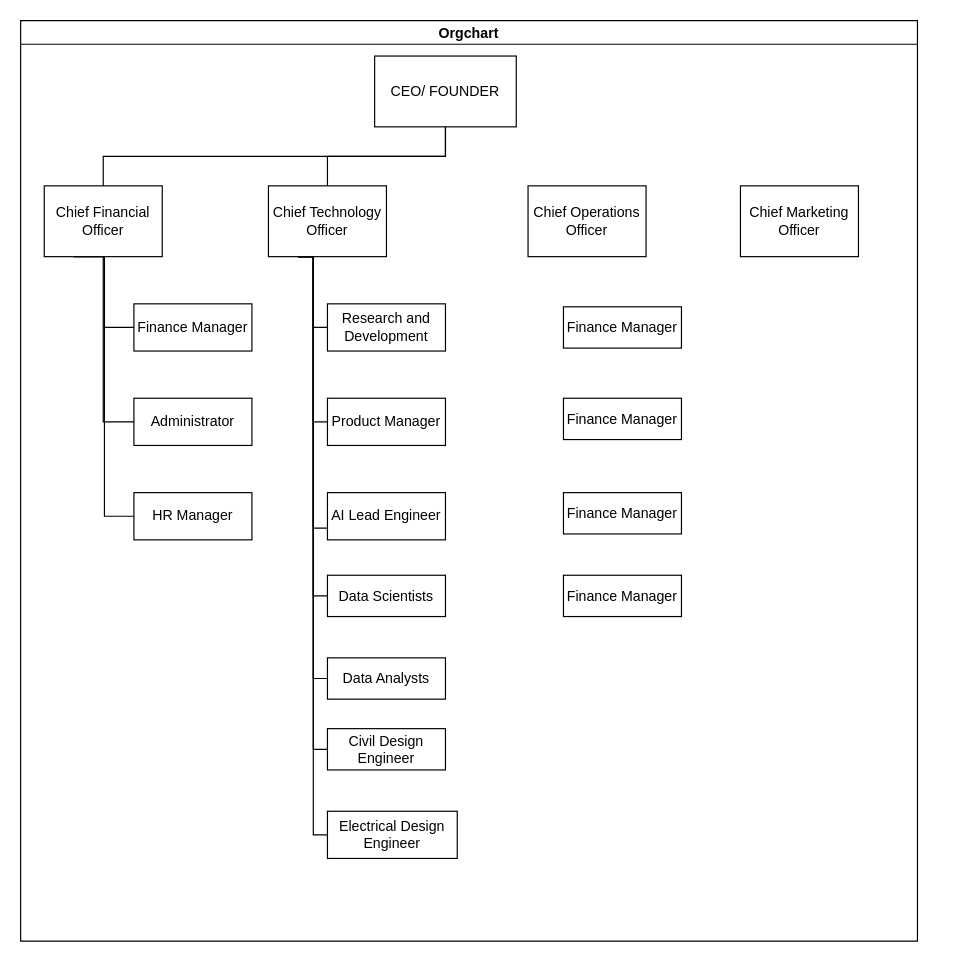
Before: Untitled Diagram.drawio in Collen2021/Data-Engineering-projects, a draw.io diagram. Source tidied: cells renumbered, new cells numbered last; positions are measured from the earlier drawing's top-left corner, leaving out a move shared by most shapes. Both pictures are drawn from the tidied source at 118%, with x=0, y=0 at pixel (20, 20).
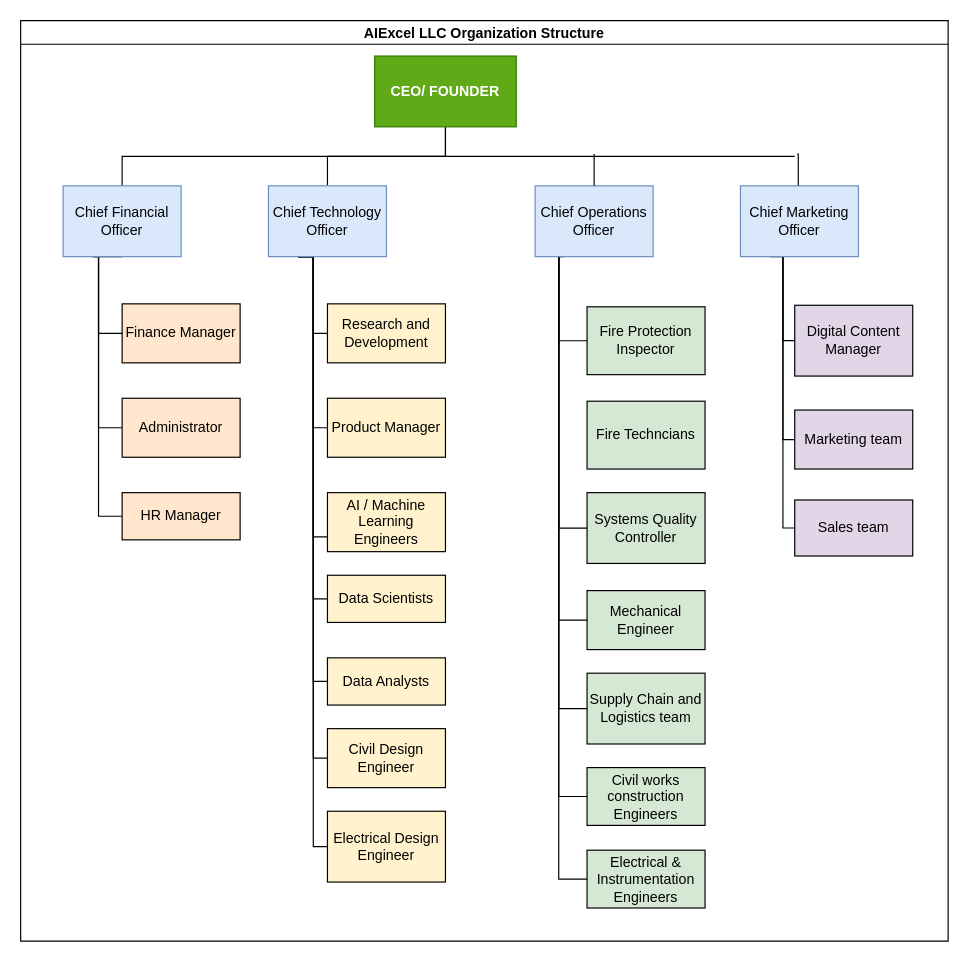
Above is the later version.

Change to the diagram source:
```diff
@@
-    <mxCell id="2" value="Orgchart" style="swimlane;startSize=20;horizontal=1;containerType=tree;newEdgeStyle={&quot;edgeStyle&quot;:&quot;elbowEdgeStyle&quot;,&quot;startArrow&quot;:&quot;none&quot;,&quot;endArrow&quot;:&quot;none&quot;};" parent="1" vertex="1">
-      <mxGeometry width="760" height="780" as="geometry" />
+    <mxCell id="2" value="AIExcel LLC Organization Structure" style="swimlane;startSize=20;horizontal=1;containerType=tree;newEdgeStyle={&quot;edgeStyle&quot;:&quot;elbowEdgeStyle&quot;,&quot;startArrow&quot;:&quot;none&quot;,&quot;endArrow&quot;:&quot;none&quot;};" parent="1" vertex="1">
+      <mxGeometry width="786" height="780" as="geometry" />
     </mxCell>
@@
-    <mxCell id="5" value="CEO/ FOUNDER" style="whiteSpace=wrap;html=1;align=center;newEdgeStyle={&quot;edgeStyle&quot;:&quot;elbowEdgeStyle&quot;,&quot;startArrow&quot;:&quot;none&quot;,&quot;endArrow&quot;:&quot;none&quot;};" parent="2" vertex="1">
+    <mxCell id="5" value="CEO/ FOUNDER" style="whiteSpace=wrap;html=1;align=center;newEdgeStyle={&quot;edgeStyle&quot;:&quot;elbowEdgeStyle&quot;,&quot;startArrow&quot;:&quot;none&quot;,&quot;endArrow&quot;:&quot;none&quot;};fillColor=#60a917;strokeColor=#2D7600;fontColor=#ffffff;fontStyle=1;" parent="2" vertex="1">
       <mxGeometry x="300" y="30" width="120" height="60" as="geometry" />
     </mxCell>
     <mxCell id="6" style="edgeStyle=elbowEdgeStyle;rounded=0;jettySize=auto;html=1;startArrow=none;endArrow=none;exitX=0.5;exitY=1;exitDx=0;exitDy=0;entryX=0;entryY=0.5;entryDx=0;entryDy=0;" parent="2" edge="1" source="9" target="18">
       <mxGeometry relative="1" as="geometry">
         <Array as="points">
-          <mxPoint x="70" y="300" />
+          <mxPoint x="66" y="273" />
           <mxPoint x="80" y="350" />
         </Array>
       </mxGeometry>
     </mxCell>
     <mxCell id="7" style="edgeStyle=elbowEdgeStyle;rounded=0;jettySize=auto;html=1;startArrow=none;endArrow=none;exitX=0.25;exitY=1;exitDx=0;exitDy=0;entryX=0;entryY=0.5;entryDx=0;entryDy=0;" parent="2" edge="1" source="9" target="31">
-      <mxGeometry relative="1" as="geometry" />
+      <mxGeometry relative="1" as="geometry">
+        <Array as="points">
+          <mxPoint x="66" y="243" />
+        </Array>
+      </mxGeometry>
     </mxCell>
     <mxCell id="8" style="edgeStyle=elbowEdgeStyle;rounded=0;jettySize=auto;html=1;startArrow=none;endArrow=none;exitX=0.25;exitY=1;exitDx=0;exitDy=0;entryX=0;entryY=0.5;entryDx=0;entryDy=0;" parent="2" edge="1" source="9" target="19">
-      <mxGeometry relative="1" as="geometry" />
+      <mxGeometry relative="1" as="geometry">
+        <Array as="points">
+          <mxPoint x="66" y="313" />
+        </Array>
+      </mxGeometry>
     </mxCell>
-    <mxCell id="9" value="Chief Financial Officer" style="whiteSpace=wrap;html=1;align=center;verticalAlign=middle;newEdgeStyle={&quot;edgeStyle&quot;:&quot;elbowEdgeStyle&quot;,&quot;startArrow&quot;:&quot;none&quot;,&quot;endArrow&quot;:&quot;none&quot;};" parent="2" vertex="1">
-      <mxGeometry x="20" y="140" width="100" height="60" as="geometry" />
+    <mxCell id="9" value="Chief Financial Officer" style="whiteSpace=wrap;html=1;align=center;verticalAlign=middle;newEdgeStyle={&quot;edgeStyle&quot;:&quot;elbowEdgeStyle&quot;,&quot;startArrow&quot;:&quot;none&quot;,&quot;endArrow&quot;:&quot;none&quot;};fillColor=#dae8fc;strokeColor=#6c8ebf;" parent="2" vertex="1">
+      <mxGeometry x="36" y="140" width="100" height="60" as="geometry" />
     </mxCell>
@@
-    <mxCell id="17" value="Chief Technology Officer" style="whiteSpace=wrap;html=1;align=center;verticalAlign=middle;newEdgeStyle={&quot;edgeStyle&quot;:&quot;elbowEdgeStyle&quot;,&quot;startArrow&quot;:&quot;none&quot;,&quot;endArrow&quot;:&quot;none&quot;};" parent="2" vertex="1">
+    <mxCell id="17" value="Chief Technology Officer" style="whiteSpace=wrap;html=1;align=center;verticalAlign=middle;newEdgeStyle={&quot;edgeStyle&quot;:&quot;elbowEdgeStyle&quot;,&quot;startArrow&quot;:&quot;none&quot;,&quot;endArrow&quot;:&quot;none&quot;};fillColor=#dae8fc;strokeColor=#6c8ebf;" parent="2" vertex="1">
       <mxGeometry x="210" y="140" width="100" height="60" as="geometry" />
     </mxCell>
-    <mxCell id="18" value="Administrator" style="whiteSpace=wrap;html=1;align=center;verticalAlign=middle;newEdgeStyle={&quot;edgeStyle&quot;:&quot;elbowEdgeStyle&quot;,&quot;startArrow&quot;:&quot;none&quot;,&quot;endArrow&quot;:&quot;none&quot;};" parent="2" vertex="1">
-      <mxGeometry x="96" y="320" width="100" height="40" as="geometry" />
+    <mxCell id="18" value="Administrator" style="whiteSpace=wrap;html=1;align=center;verticalAlign=middle;newEdgeStyle={&quot;edgeStyle&quot;:&quot;elbowEdgeStyle&quot;,&quot;startArrow&quot;:&quot;none&quot;,&quot;endArrow&quot;:&quot;none&quot;};fillColor=#ffe6cc;strokeColor=#000000;" parent="2" vertex="1">
+      <mxGeometry x="86" y="320" width="100" height="50" as="geometry" />
     </mxCell>
-    <mxCell id="19" value="HR Manager" style="whiteSpace=wrap;html=1;align=center;verticalAlign=middle;newEdgeStyle={&quot;edgeStyle&quot;:&quot;elbowEdgeStyle&quot;,&quot;startArrow&quot;:&quot;none&quot;,&quot;endArrow&quot;:&quot;none&quot;};" parent="2" vertex="1">
-      <mxGeometry x="96" y="400" width="100" height="40" as="geometry" />
+    <mxCell id="19" value="HR Manager" style="whiteSpace=wrap;html=1;align=center;verticalAlign=middle;newEdgeStyle={&quot;edgeStyle&quot;:&quot;elbowEdgeStyle&quot;,&quot;startArrow&quot;:&quot;none&quot;,&quot;endArrow&quot;:&quot;none&quot;};fillColor=#ffe6cc;strokeColor=#000000;" parent="2" vertex="1">
+      <mxGeometry x="86" y="400" width="100" height="40" as="geometry" />
     </mxCell>
+    <mxCell id="34" style="edgeStyle=elbowEdgeStyle;rounded=0;jettySize=auto;html=1;startArrow=none;endArrow=none;exitX=0.5;exitY=0;exitDx=0;exitDy=0;" parent="2" edge="1" source="20">
+      <mxGeometry relative="1" as="geometry">
+        <mxPoint x="658" y="113" as="targetPoint" />
+      </mxGeometry>
+    </mxCell>
+    <mxCell id="35" style="edgeStyle=elbowEdgeStyle;rounded=0;jettySize=auto;html=1;startArrow=none;endArrow=none;exitX=0.25;exitY=1;exitDx=0;exitDy=0;entryX=0;entryY=0.5;entryDx=0;entryDy=0;" parent="2" edge="1" source="20" target="45">
+      <mxGeometry relative="1" as="geometry" />
+    </mxCell>
+    <mxCell id="36" style="edgeStyle=elbowEdgeStyle;rounded=0;jettySize=auto;html=1;startArrow=none;endArrow=none;entryX=0;entryY=0.5;entryDx=0;entryDy=0;" parent="2" edge="1" source="20" target="46">
+      <mxGeometry relative="1" as="geometry">
+        <Array as="points">
+          <mxPoint x="646" y="293" />
+        </Array>
+      </mxGeometry>
+    </mxCell>
+    <mxCell id="37" style="edgeStyle=elbowEdgeStyle;rounded=0;jettySize=auto;html=1;startArrow=none;endArrow=none;entryX=0;entryY=0.5;entryDx=0;entryDy=0;" parent="2" edge="1" source="20" target="47">
+      <mxGeometry relative="1" as="geometry">
+        <Array as="points">
+          <mxPoint x="646" y="315" />
+        </Array>
+      </mxGeometry>
+    </mxCell>
-    <mxCell id="20" value="Chief Marketing Officer" style="whiteSpace=wrap;html=1;align=center;verticalAlign=middle;newEdgeStyle={&quot;edgeStyle&quot;:&quot;elbowEdgeStyle&quot;,&quot;startArrow&quot;:&quot;none&quot;,&quot;endArrow&quot;:&quot;none&quot;};" parent="2" vertex="1">
+    <mxCell id="20" value="Chief Marketing Officer" style="whiteSpace=wrap;html=1;align=center;verticalAlign=middle;newEdgeStyle={&quot;edgeStyle&quot;:&quot;elbowEdgeStyle&quot;,&quot;startArrow&quot;:&quot;none&quot;,&quot;endArrow&quot;:&quot;none&quot;};fillColor=#dae8fc;strokeColor=#6c8ebf;" parent="2" vertex="1">
       <mxGeometry x="610" y="140" width="100" height="60" as="geometry" />
     </mxCell>
+    <mxCell id="38" style="edgeStyle=elbowEdgeStyle;rounded=0;jettySize=auto;html=1;startArrow=none;endArrow=none;exitX=0.25;exitY=1;exitDx=0;exitDy=0;entryX=0;entryY=0.5;entryDx=0;entryDy=0;" parent="2" edge="1" source="21" target="27">
+      <mxGeometry relative="1" as="geometry">
+        <Array as="points">
+          <mxPoint x="456" y="243" />
+        </Array>
+      </mxGeometry>
+    </mxCell>
+    <mxCell id="39" style="edgeStyle=elbowEdgeStyle;rounded=0;jettySize=auto;html=1;startArrow=none;endArrow=none;entryX=0;entryY=0.5;entryDx=0;entryDy=0;" parent="2" edge="1" source="21" target="29">
+      <mxGeometry relative="1" as="geometry">
+        <Array as="points">
+          <mxPoint x="456" y="313" />
+        </Array>
+      </mxGeometry>
+    </mxCell>
+    <mxCell id="40" style="edgeStyle=elbowEdgeStyle;rounded=0;jettySize=auto;html=1;startArrow=none;endArrow=none;entryX=0;entryY=0.5;entryDx=0;entryDy=0;" parent="2" edge="1" source="21" target="30">
+      <mxGeometry relative="1" as="geometry">
+        <Array as="points">
+          <mxPoint x="456" y="363" />
+        </Array>
+      </mxGeometry>
+    </mxCell>
+    <mxCell id="41" style="edgeStyle=elbowEdgeStyle;rounded=0;jettySize=auto;html=1;startArrow=none;endArrow=none;entryX=0;entryY=0.5;entryDx=0;entryDy=0;" parent="2" edge="1" source="21" target="49">
+      <mxGeometry relative="1" as="geometry">
+        <Array as="points">
+          <mxPoint x="456" y="403" />
+        </Array>
+      </mxGeometry>
+    </mxCell>
+    <mxCell id="42" style="edgeStyle=elbowEdgeStyle;rounded=0;jettySize=auto;html=1;startArrow=none;endArrow=none;entryX=0;entryY=0.5;entryDx=0;entryDy=0;" parent="2" edge="1" source="21" target="50">
+      <mxGeometry relative="1" as="geometry">
+        <Array as="points">
+          <mxPoint x="456" y="433" />
+        </Array>
+      </mxGeometry>
+    </mxCell>
+    <mxCell id="43" style="edgeStyle=elbowEdgeStyle;rounded=0;jettySize=auto;html=1;startArrow=none;endArrow=none;entryX=0;entryY=0.5;entryDx=0;entryDy=0;" parent="2" edge="1" source="21" target="51">
+      <mxGeometry relative="1" as="geometry">
+        <Array as="points">
+          <mxPoint x="456" y="473" />
+        </Array>
+      </mxGeometry>
+    </mxCell>
-    <mxCell id="21" value="Chief Operations Officer" style="whiteSpace=wrap;html=1;align=center;verticalAlign=middle;newEdgeStyle={&quot;edgeStyle&quot;:&quot;elbowEdgeStyle&quot;,&quot;startArrow&quot;:&quot;none&quot;,&quot;endArrow&quot;:&quot;none&quot;};" parent="2" vertex="1">
-      <mxGeometry x="430" y="140" width="100" height="60" as="geometry" />
+    <mxCell id="21" value="Chief Operations Officer" style="whiteSpace=wrap;html=1;align=center;verticalAlign=middle;newEdgeStyle={&quot;edgeStyle&quot;:&quot;elbowEdgeStyle&quot;,&quot;startArrow&quot;:&quot;none&quot;,&quot;endArrow&quot;:&quot;none&quot;};fillColor=#dae8fc;strokeColor=#6c8ebf;" parent="2" vertex="1">
+      <mxGeometry x="436" y="140" width="100" height="60" as="geometry" />
     </mxCell>
-    <mxCell id="22" value="Research and Development" style="whiteSpace=wrap;html=1;align=center;verticalAlign=middle;newEdgeStyle={&quot;edgeStyle&quot;:&quot;elbowEdgeStyle&quot;,&quot;startArrow&quot;:&quot;none&quot;,&quot;endArrow&quot;:&quot;none&quot;};" parent="2" vertex="1" collapsed="1">
-      <mxGeometry x="260" y="240" width="100" height="40" as="geometry" />
+    <mxCell id="22" value="Research and Development" style="whiteSpace=wrap;html=1;align=center;verticalAlign=middle;newEdgeStyle={&quot;edgeStyle&quot;:&quot;elbowEdgeStyle&quot;,&quot;startArrow&quot;:&quot;none&quot;,&quot;endArrow&quot;:&quot;none&quot;};fillColor=#fff2cc;strokeColor=#000000;" parent="2" vertex="1">
+      <mxGeometry x="260" y="240" width="100" height="50" as="geometry" />
     </mxCell>
-    <mxCell id="23" value="Product Manager" style="whiteSpace=wrap;html=1;align=center;verticalAlign=middle;newEdgeStyle={&quot;edgeStyle&quot;:&quot;elbowEdgeStyle&quot;,&quot;startArrow&quot;:&quot;none&quot;,&quot;endArrow&quot;:&quot;none&quot;};" parent="2" vertex="1">
-      <mxGeometry x="260" y="320" width="100" height="40" as="geometry" />
+    <mxCell id="23" value="Product Manager" style="whiteSpace=wrap;html=1;align=center;verticalAlign=middle;newEdgeStyle={&quot;edgeStyle&quot;:&quot;elbowEdgeStyle&quot;,&quot;startArrow&quot;:&quot;none&quot;,&quot;endArrow&quot;:&quot;none&quot;};fillColor=#fff2cc;strokeColor=#000000;" parent="2" vertex="1">
+      <mxGeometry x="260" y="320" width="100" height="50" as="geometry" />
     </mxCell>
-    <mxCell id="24" value="AI Lead Engineer" style="whiteSpace=wrap;html=1;align=center;verticalAlign=middle;newEdgeStyle={&quot;edgeStyle&quot;:&quot;elbowEdgeStyle&quot;,&quot;startArrow&quot;:&quot;none&quot;,&quot;endArrow&quot;:&quot;none&quot;};" parent="2" vertex="1">
-      <mxGeometry x="260" y="400" width="100" height="40" as="geometry" />
+    <mxCell id="24" value="AI / Machine Learning Engineers" style="whiteSpace=wrap;html=1;align=center;verticalAlign=middle;newEdgeStyle={&quot;edgeStyle&quot;:&quot;elbowEdgeStyle&quot;,&quot;startArrow&quot;:&quot;none&quot;,&quot;endArrow&quot;:&quot;none&quot;};fillColor=#fff2cc;strokeColor=#000000;" parent="2" vertex="1">
+      <mxGeometry x="260" y="400" width="100" height="50" as="geometry" />
     </mxCell>
-    <mxCell id="25" value="Data Scientists" style="whiteSpace=wrap;html=1;align=center;verticalAlign=middle;newEdgeStyle={&quot;edgeStyle&quot;:&quot;elbowEdgeStyle&quot;,&quot;startArrow&quot;:&quot;none&quot;,&quot;endArrow&quot;:&quot;none&quot;};" parent="2" vertex="1">
-      <mxGeometry x="260" y="470" width="100" height="35" as="geometry" />
+    <mxCell id="25" value="Data Scientists" style="whiteSpace=wrap;html=1;align=center;verticalAlign=middle;newEdgeStyle={&quot;edgeStyle&quot;:&quot;elbowEdgeStyle&quot;,&quot;startArrow&quot;:&quot;none&quot;,&quot;endArrow&quot;:&quot;none&quot;};fillColor=#fff2cc;strokeColor=#000000;" parent="2" vertex="1">
+      <mxGeometry x="260" y="470" width="100" height="40" as="geometry" />
     </mxCell>
-    <mxCell id="26" value="Data Analysts" style="whiteSpace=wrap;html=1;align=center;verticalAlign=middle;newEdgeStyle={&quot;edgeStyle&quot;:&quot;elbowEdgeStyle&quot;,&quot;startArrow&quot;:&quot;none&quot;,&quot;endArrow&quot;:&quot;none&quot;};" parent="2" vertex="1">
-      <mxGeometry x="260" y="540" width="100" height="35" as="geometry" />
+    <mxCell id="26" value="Data Analysts" style="whiteSpace=wrap;html=1;align=center;verticalAlign=middle;newEdgeStyle={&quot;edgeStyle&quot;:&quot;elbowEdgeStyle&quot;,&quot;startArrow&quot;:&quot;none&quot;,&quot;endArrow&quot;:&quot;none&quot;};fillColor=#fff2cc;strokeColor=#000000;" parent="2" vertex="1">
+      <mxGeometry x="260" y="540" width="100" height="40" as="geometry" />
     </mxCell>
-    <mxCell id="27" value="Finance Manager" style="whiteSpace=wrap;html=1;align=center;verticalAlign=middle;newEdgeStyle={&quot;edgeStyle&quot;:&quot;elbowEdgeStyle&quot;,&quot;startArrow&quot;:&quot;none&quot;,&quot;endArrow&quot;:&quot;none&quot;};" parent="2" vertex="1">
-      <mxGeometry x="460" y="242.5" width="100" height="35" as="geometry" />
+    <mxCell id="27" value="Fire Protection Inspector" style="whiteSpace=wrap;html=1;align=center;verticalAlign=middle;newEdgeStyle={&quot;edgeStyle&quot;:&quot;elbowEdgeStyle&quot;,&quot;startArrow&quot;:&quot;none&quot;,&quot;endArrow&quot;:&quot;none&quot;};fillColor=#d5e8d4;strokeColor=#000000;" parent="2" vertex="1">
+      <mxGeometry x="480" y="242.5" width="100" height="57.5" as="geometry" />
     </mxCell>
-    <mxCell id="28" value="Finance Manager" style="whiteSpace=wrap;html=1;align=center;verticalAlign=middle;newEdgeStyle={&quot;edgeStyle&quot;:&quot;elbowEdgeStyle&quot;,&quot;startArrow&quot;:&quot;none&quot;,&quot;endArrow&quot;:&quot;none&quot;};" parent="2" vertex="1">
-      <mxGeometry x="460" y="320" width="100" height="35" as="geometry" />
+    <mxCell id="28" value="Fire Techncians" style="whiteSpace=wrap;html=1;align=center;verticalAlign=middle;newEdgeStyle={&quot;edgeStyle&quot;:&quot;elbowEdgeStyle&quot;,&quot;startArrow&quot;:&quot;none&quot;,&quot;endArrow&quot;:&quot;none&quot;};fillColor=#d5e8d4;strokeColor=#000000;" parent="2" vertex="1">
+      <mxGeometry x="480" y="322.5" width="100" height="57.5" as="geometry" />
     </mxCell>
-    <mxCell id="29" value="Finance Manager" style="whiteSpace=wrap;html=1;align=center;verticalAlign=middle;newEdgeStyle={&quot;edgeStyle&quot;:&quot;elbowEdgeStyle&quot;,&quot;startArrow&quot;:&quot;none&quot;,&quot;endArrow&quot;:&quot;none&quot;};" parent="2" vertex="1">
-      <mxGeometry x="460" y="400" width="100" height="35" as="geometry" />
+    <mxCell id="29" value="Systems Quality Controller" style="whiteSpace=wrap;html=1;align=center;verticalAlign=middle;newEdgeStyle={&quot;edgeStyle&quot;:&quot;elbowEdgeStyle&quot;,&quot;startArrow&quot;:&quot;none&quot;,&quot;endArrow&quot;:&quot;none&quot;};fillColor=#d5e8d4;strokeColor=#000000;" parent="2" vertex="1">
+      <mxGeometry x="480" y="400" width="100" height="60" as="geometry" />
     </mxCell>
-    <mxCell id="30" value="Finance Manager" style="whiteSpace=wrap;html=1;align=center;verticalAlign=middle;newEdgeStyle={&quot;edgeStyle&quot;:&quot;elbowEdgeStyle&quot;,&quot;startArrow&quot;:&quot;none&quot;,&quot;endArrow&quot;:&quot;none&quot;};" parent="2" vertex="1">
-      <mxGeometry x="460" y="470" width="100" height="35" as="geometry" />
+    <mxCell id="30" value="Mechanical Engineer" style="whiteSpace=wrap;html=1;align=center;verticalAlign=middle;newEdgeStyle={&quot;edgeStyle&quot;:&quot;elbowEdgeStyle&quot;,&quot;startArrow&quot;:&quot;none&quot;,&quot;endArrow&quot;:&quot;none&quot;};fillColor=#d5e8d4;strokeColor=#000000;" parent="2" vertex="1">
+      <mxGeometry x="480" y="483" width="100" height="50" as="geometry" />
     </mxCell>
-    <mxCell id="31" value="Finance Manager" style="whiteSpace=wrap;html=1;align=center;verticalAlign=middle;newEdgeStyle={&quot;edgeStyle&quot;:&quot;elbowEdgeStyle&quot;,&quot;startArrow&quot;:&quot;none&quot;,&quot;endArrow&quot;:&quot;none&quot;};" parent="2" vertex="1">
-      <mxGeometry x="96" y="240" width="100" height="40" as="geometry" />
+    <mxCell id="31" value="Finance Manager" style="whiteSpace=wrap;html=1;align=center;verticalAlign=middle;newEdgeStyle={&quot;edgeStyle&quot;:&quot;elbowEdgeStyle&quot;,&quot;startArrow&quot;:&quot;none&quot;,&quot;endArrow&quot;:&quot;none&quot;};fillColor=#ffe6cc;strokeColor=#000000;" parent="2" vertex="1">
+      <mxGeometry x="86" y="240" width="100" height="50" as="geometry" />
     </mxCell>
-    <mxCell id="32" value="Electrical Design Engineer" style="whiteSpace=wrap;html=1;align=center;verticalAlign=middle;newEdgeStyle={&quot;edgeStyle&quot;:&quot;elbowEdgeStyle&quot;,&quot;startArrow&quot;:&quot;none&quot;,&quot;endArrow&quot;:&quot;none&quot;};" parent="2" vertex="1">
-      <mxGeometry x="260" y="670" width="110" height="40" as="geometry" />
+    <mxCell id="32" value="Electrical Design Engineer" style="whiteSpace=wrap;html=1;align=center;verticalAlign=middle;newEdgeStyle={&quot;edgeStyle&quot;:&quot;elbowEdgeStyle&quot;,&quot;startArrow&quot;:&quot;none&quot;,&quot;endArrow&quot;:&quot;none&quot;};fillColor=#fff2cc;strokeColor=#000000;" parent="2" vertex="1">
+      <mxGeometry x="260" y="670" width="100" height="60" as="geometry" />
     </mxCell>
-    <mxCell id="33" value="Civil Design Engineer" style="whiteSpace=wrap;html=1;align=center;verticalAlign=middle;newEdgeStyle={&quot;edgeStyle&quot;:&quot;elbowEdgeStyle&quot;,&quot;startArrow&quot;:&quot;none&quot;,&quot;endArrow&quot;:&quot;none&quot;};" parent="2" vertex="1">
-      <mxGeometry x="260" y="600" width="100" height="35" as="geometry" />
+    <mxCell id="33" value="Civil Design Engineer" style="whiteSpace=wrap;html=1;align=center;verticalAlign=middle;newEdgeStyle={&quot;edgeStyle&quot;:&quot;elbowEdgeStyle&quot;,&quot;startArrow&quot;:&quot;none&quot;,&quot;endArrow&quot;:&quot;none&quot;};fillColor=#fff2cc;strokeColor=#000000;" parent="2" vertex="1">
+      <mxGeometry x="260" y="600" width="100" height="50" as="geometry" />
     </mxCell>
+    <mxCell id="44" style="endArrow=none;html=1;rounded=0;" parent="2" edge="1">
+      <mxGeometry relative="1" as="geometry">
+        <mxPoint x="360" y="115" as="sourcePoint" />
+        <mxPoint x="656" y="115" as="targetPoint" />
+      </mxGeometry>
+    </mxCell>
+    <mxCell id="45" value="Digital Content Manager" style="whiteSpace=wrap;html=1;align=center;verticalAlign=middle;newEdgeStyle={&quot;edgeStyle&quot;:&quot;elbowEdgeStyle&quot;,&quot;startArrow&quot;:&quot;none&quot;,&quot;endArrow&quot;:&quot;none&quot;};fillColor=#e1d5e7;strokeColor=#000000;" parent="2" vertex="1">
+      <mxGeometry x="656" y="241.2" width="100" height="60" as="geometry" />
+    </mxCell>
+    <mxCell id="46" value="Marketing team" style="whiteSpace=wrap;html=1;align=center;verticalAlign=middle;newEdgeStyle={&quot;edgeStyle&quot;:&quot;elbowEdgeStyle&quot;,&quot;startArrow&quot;:&quot;none&quot;,&quot;endArrow&quot;:&quot;none&quot;};fillColor=#e1d5e7;strokeColor=#000000;" parent="2" vertex="1">
+      <mxGeometry x="656" y="330" width="100" height="50" as="geometry" />
+    </mxCell>
+    <mxCell id="47" value="Sales team" style="whiteSpace=wrap;html=1;align=center;verticalAlign=middle;newEdgeStyle={&quot;edgeStyle&quot;:&quot;elbowEdgeStyle&quot;,&quot;startArrow&quot;:&quot;none&quot;,&quot;endArrow&quot;:&quot;none&quot;};fillColor=#e1d5e7;strokeColor=#000000;" parent="2" vertex="1">
+      <mxGeometry x="656" y="406.2" width="100" height="47.5" as="geometry" />
+    </mxCell>
+    <mxCell id="48" style="edgeStyle=elbowEdgeStyle;rounded=0;orthogonalLoop=1;jettySize=auto;html=1;startArrow=none;endArrow=none;exitX=0.5;exitY=0;exitDx=0;exitDy=0;" parent="2" edge="1" source="30" target="30">
+      <mxGeometry relative="1" as="geometry" />
+    </mxCell>
+    <mxCell id="49" value="Supply Chain and Logistics team" style="whiteSpace=wrap;html=1;align=center;verticalAlign=middle;newEdgeStyle={&quot;edgeStyle&quot;:&quot;elbowEdgeStyle&quot;,&quot;startArrow&quot;:&quot;none&quot;,&quot;endArrow&quot;:&quot;none&quot;};fillColor=#d5e8d4;strokeColor=#000000;" parent="2" vertex="1">
+      <mxGeometry x="480" y="553" width="100" height="60" as="geometry" />
+    </mxCell>
+    <mxCell id="50" value="Civil works construction Engineers" style="whiteSpace=wrap;html=1;align=center;verticalAlign=middle;newEdgeStyle={&quot;edgeStyle&quot;:&quot;elbowEdgeStyle&quot;,&quot;startArrow&quot;:&quot;none&quot;,&quot;endArrow&quot;:&quot;none&quot;};fillColor=#d5e8d4;strokeColor=#000000;" parent="2" vertex="1">
+      <mxGeometry x="480" y="633" width="100" height="49" as="geometry" />
+    </mxCell>
+    <mxCell id="51" value="Electrical &amp;amp; Instrumentation Engineers" style="whiteSpace=wrap;html=1;align=center;verticalAlign=middle;newEdgeStyle={&quot;edgeStyle&quot;:&quot;elbowEdgeStyle&quot;,&quot;startArrow&quot;:&quot;none&quot;,&quot;endArrow&quot;:&quot;none&quot;};fillColor=#d5e8d4;strokeColor=#000000;" parent="2" vertex="1">
+      <mxGeometry x="480" y="703" width="100" height="49" as="geometry" />
+    </mxCell>
+    <mxCell id="52" style="endArrow=none;html=1;rounded=0;exitX=0.5;exitY=0;exitDx=0;exitDy=0;" parent="2" edge="1" source="21">
+      <mxGeometry relative="1" as="geometry">
+        <mxPoint x="486" y="113" as="targetPoint" />
+      </mxGeometry>
+    </mxCell>
```
